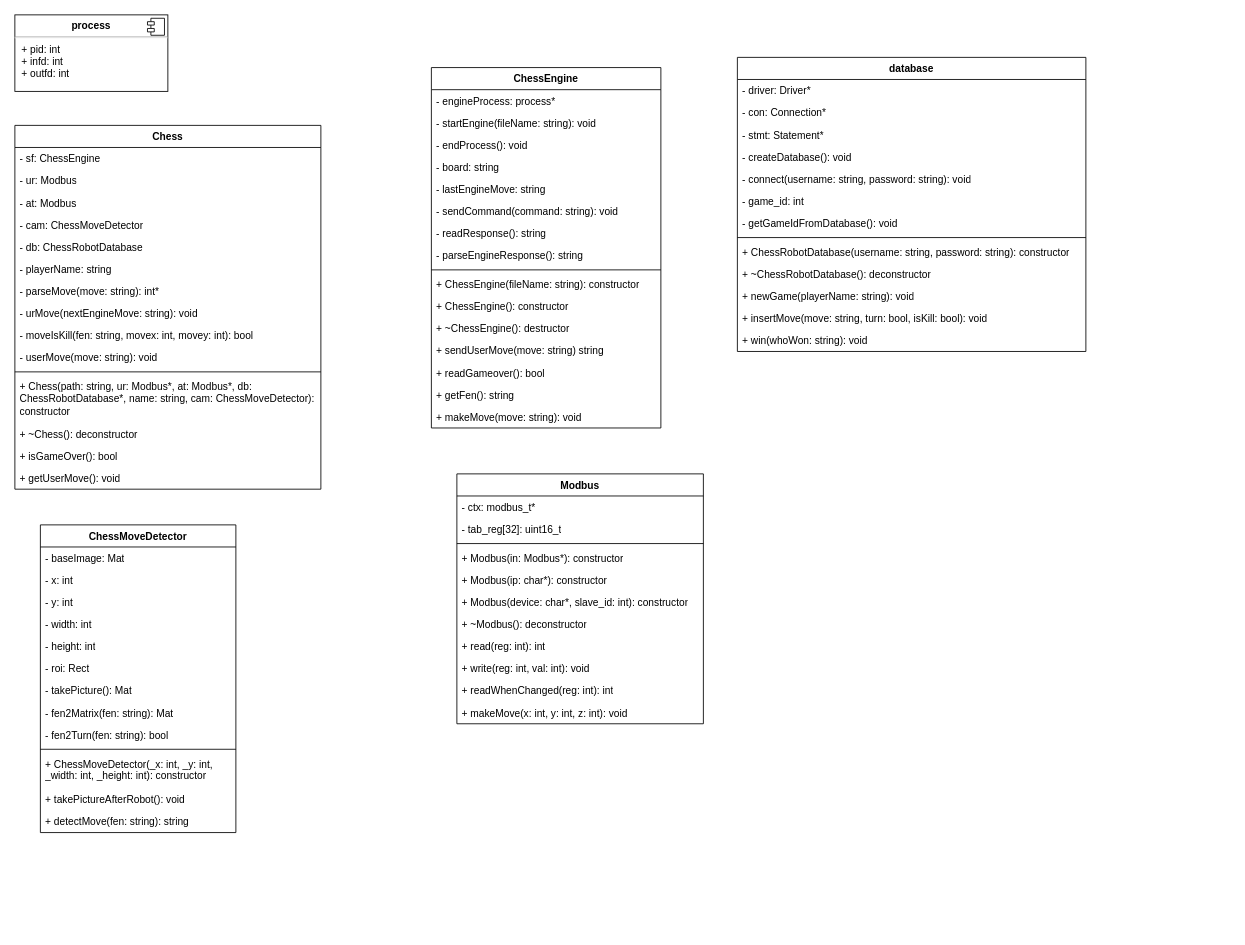
Svndsn/ChessUrRobot keeps this draw.io diagram as classDiagram.drawio. Above is the earlier version. Source tidied: cells renumbered, new cells numbered last; positions are measured from the earlier drawing's top-left corner, leaving out a move shared by most shapes. Both pictures are drawn from the tidied source at 85%, with x=0, y=0 at pixel (14, 14).
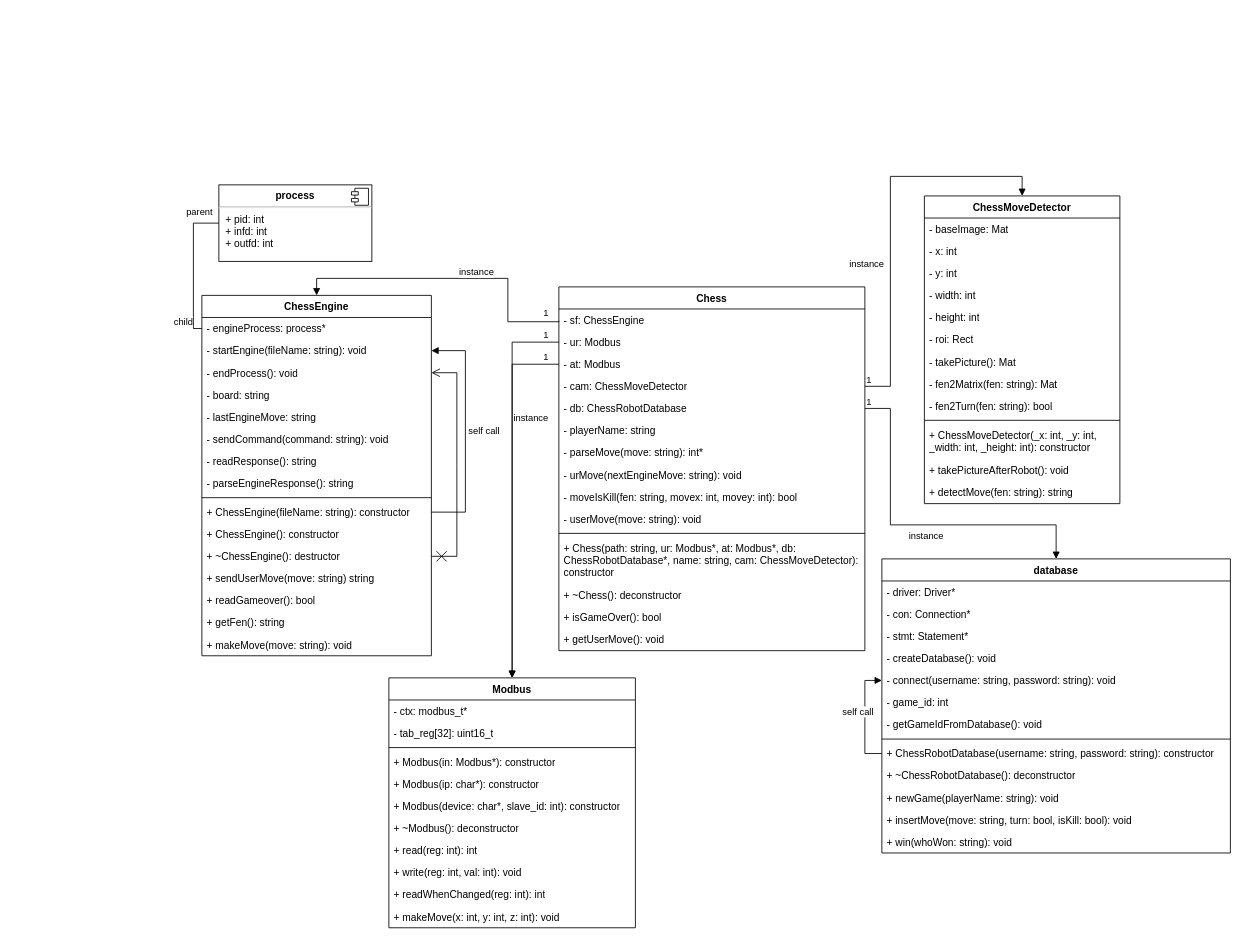
The same diagram, later.

Commit message (it also covers changes not shown here):
classDiagram finished

The change refers to these unchanged cells:
```xml
<mxCell id="4" value="- ur: Modbus" style="text;strokeColor=none;fillColor=none;align=left;verticalAlign=top;spacingLeft=4;spacingRight=4;overflow=hidden;points=[[0,0.5],[1,0.5]];portConstraint=eastwest;whiteSpace=wrap;html=1;" parent="2" vertex="1">
  <mxGeometry y="52" width="360" height="26" as="geometry" />
</mxCell>
<mxCell id="5" value="- at: Modbus" style="text;strokeColor=none;fillColor=none;align=left;verticalAlign=top;spacingLeft=4;spacingRight=4;overflow=hidden;points=[[0,0.5],[1,0.5]];portConstraint=eastwest;whiteSpace=wrap;html=1;" parent="2" vertex="1">
  <mxGeometry y="78" width="360" height="26" as="geometry" />
</mxCell>
<mxCell id="6" value="- cam: ChessMoveDetector" style="text;strokeColor=none;fillColor=none;align=left;verticalAlign=top;spacingLeft=4;spacingRight=4;overflow=hidden;points=[[0,0.5],[1,0.5]];portConstraint=eastwest;whiteSpace=wrap;html=1;" parent="2" vertex="1">
  <mxGeometry y="104" width="360" height="26" as="geometry" />
</mxCell>
<mxCell id="7" value="- db: ChessRobotDatabase" style="text;strokeColor=none;fillColor=none;align=left;verticalAlign=top;spacingLeft=4;spacingRight=4;overflow=hidden;points=[[0,0.5],[1,0.5]];portConstraint=eastwest;whiteSpace=wrap;html=1;" parent="2" vertex="1">
  <mxGeometry y="130" width="360" height="26" as="geometry" />
</mxCell>
<mxCell id="19" value="- engineProcess: process*" style="text;strokeColor=none;fillColor=none;align=left;verticalAlign=top;spacingLeft=4;spacingRight=4;overflow=hidden;points=[[0,0.5],[1,0.5]];portConstraint=eastwest;whiteSpace=wrap;html=1;" parent="18" vertex="1">
  <mxGeometry y="26" width="270" height="26" as="geometry" />
</mxCell>
<mxCell id="20" value="- startEngine(fileName: string): void" style="text;strokeColor=none;fillColor=none;align=left;verticalAlign=top;spacingLeft=4;spacingRight=4;overflow=hidden;points=[[0,0.5],[1,0.5]];portConstraint=eastwest;whiteSpace=wrap;html=1;" parent="18" vertex="1">
  <mxGeometry y="52" width="270" height="26" as="geometry" />
</mxCell>
<mxCell id="21" value="- endProcess(): void" style="text;strokeColor=none;fillColor=none;align=left;verticalAlign=top;spacingLeft=4;spacingRight=4;overflow=hidden;points=[[0,0.5],[1,0.5]];portConstraint=eastwest;whiteSpace=wrap;html=1;" parent="18" vertex="1">
  <mxGeometry y="78" width="270" height="26" as="geometry" />
</mxCell>
<mxCell id="28" value="+ ChessEngine(fileName: string): constructor" style="text;strokeColor=none;fillColor=none;align=left;verticalAlign=top;spacingLeft=4;spacingRight=4;overflow=hidden;points=[[0,0.5],[1,0.5]];portConstraint=eastwest;whiteSpace=wrap;html=1;" parent="18" vertex="1">
  <mxGeometry y="242" width="270" height="26" as="geometry" />
</mxCell>
<mxCell id="30" value="+ ~ChessEngine(): destructor" style="text;strokeColor=none;fillColor=none;align=left;verticalAlign=top;spacingLeft=4;spacingRight=4;overflow=hidden;points=[[0,0.5],[1,0.5]];portConstraint=eastwest;whiteSpace=wrap;html=1;" parent="18" vertex="1">
  <mxGeometry y="294" width="270" height="26" as="geometry" />
</mxCell>
<mxCell id="54" value="- connect(username: string, password: string): void" style="text;strokeColor=none;fillColor=none;align=left;verticalAlign=top;spacingLeft=4;spacingRight=4;overflow=hidden;points=[[0,0.5],[1,0.5]];portConstraint=eastwest;whiteSpace=wrap;html=1;" parent="49" vertex="1">
  <mxGeometry y="130" width="410" height="26" as="geometry" />
</mxCell>
<mxCell id="58" value="+ ChessRobotDatabase(username: string, password: string): constructor" style="text;strokeColor=none;fillColor=none;align=left;verticalAlign=top;spacingLeft=4;spacingRight=4;overflow=hidden;points=[[0,0.5],[1,0.5]];portConstraint=eastwest;whiteSpace=wrap;html=1;" parent="49" vertex="1">
  <mxGeometry y="216" width="410" height="26" as="geometry" />
</mxCell>
```

Change to the diagram source:
```diff
@@
     <mxCell id="2" value="Chess" style="swimlane;fontStyle=1;align=center;verticalAlign=top;horizontal=1;startSize=26;whiteSpace=wrap;html=1;" parent="1" vertex="1">
-      <mxGeometry y="130" width="360" height="428" as="geometry" />
+      <mxGeometry x="640" y="320" width="360" height="428" as="geometry" />
     </mxCell>
@@
+    <mxCell id="77" value="instance" style="endArrow=block;endFill=1;html=1;edgeStyle=orthogonalEdgeStyle;align=left;verticalAlign=top;rounded=0;entryX=0.5;entryY=0;entryDx=0;entryDy=0;" parent="2" edge="1" target="18">
+      <mxGeometry x="-0.04" y="-20" relative="1" as="geometry">
+        <mxPoint y="40" as="sourcePoint" />
+        <Array as="points">
+          <mxPoint x="-60" y="41" />
+          <mxPoint x="-60" y="-10" />
+          <mxPoint x="-285" y="-10" />
+        </Array>
+      </mxGeometry>
+    </mxCell>
+    <mxCell id="78" value="1" style="edgeLabel;html=1;align=left;verticalAlign=bottom;" parent="77" vertex="1">
+      <mxGeometry x="-1" relative="1" as="geometry">
+        <mxPoint x="-20" y="-1" as="offset" />
+      </mxGeometry>
+    </mxCell>
@@
     <mxCell id="18" value="ChessEngine" style="swimlane;fontStyle=1;align=center;verticalAlign=top;horizontal=1;startSize=26;whiteSpace=wrap;html=1;" parent="1" vertex="1">
-      <mxGeometry x="490" y="62" width="270" height="424" as="geometry" />
+      <mxGeometry x="220" y="330" width="270" height="424" as="geometry" />
     </mxCell>
@@
+    <mxCell id="79" style="endArrow=open;startArrow=cross;endFill=0;startFill=0;endSize=8;startSize=10;html=1;rounded=0;exitX=1;exitY=0.5;exitDx=0;exitDy=0;entryX=1;entryY=0.5;entryDx=0;entryDy=0;" parent="18" edge="1" source="30" target="21">
+      <mxGeometry relative="1" as="geometry">
+        <Array as="points">
+          <mxPoint x="300" y="307" />
+          <mxPoint x="300" y="200" />
+          <mxPoint x="300" y="91" />
+        </Array>
+      </mxGeometry>
+    </mxCell>
+    <mxCell id="80" value="self call" style="html=1;align=left;spacingLeft=2;endArrow=block;rounded=0;edgeStyle=orthogonalEdgeStyle;curved=0;rounded=0;entryX=1;entryY=0.5;entryDx=0;entryDy=0;exitX=1;exitY=0.5;exitDx=0;exitDy=0;" parent="18" edge="1" source="28" target="20">
+      <mxGeometry as="geometry">
+        <Array as="points">
+          <mxPoint x="310" y="255" />
+          <mxPoint x="310" y="65" />
+        </Array>
+        <mxPoint x="40" as="offset" />
+      </mxGeometry>
+    </mxCell>
     <mxCell id="35" value="ChessMoveDetector" style="swimlane;fontStyle=1;align=center;verticalAlign=top;horizontal=1;startSize=26;whiteSpace=wrap;html=1;" parent="1" vertex="1">
-      <mxGeometry x="30" y="600" width="230" height="362" as="geometry" />
+      <mxGeometry x="1070" y="213" width="230" height="362" as="geometry" />
     </mxCell>
@@
     <mxCell id="49" value="database" style="swimlane;fontStyle=1;align=center;verticalAlign=top;horizontal=1;startSize=26;whiteSpace=wrap;html=1;" parent="1" vertex="1">
-      <mxGeometry x="850" y="50" width="410" height="346" as="geometry" />
+      <mxGeometry x="1020" y="640" width="410" height="346" as="geometry" />
     </mxCell>
@@
+    <mxCell id="81" value="self call" style="html=1;align=left;spacingLeft=2;endArrow=block;rounded=0;edgeStyle=orthogonalEdgeStyle;curved=0;rounded=0;entryX=0;entryY=0.5;entryDx=0;entryDy=0;" parent="49" edge="1" source="58" target="54">
+      <mxGeometry as="geometry">
+        <Array as="points">
+          <mxPoint x="-20" y="229" />
+          <mxPoint x="-20" y="143" />
+        </Array>
+        <mxPoint x="-50" y="-6" as="offset" />
+      </mxGeometry>
+    </mxCell>
     <mxCell id="63" value="Modbus" style="swimlane;fontStyle=1;align=center;verticalAlign=top;horizontal=1;startSize=26;whiteSpace=wrap;html=1;" parent="1" vertex="1">
-      <mxGeometry x="520" y="540" width="290" height="294" as="geometry" />
+      <mxGeometry x="440" y="780" width="290" height="294" as="geometry" />
     </mxCell>
@@
     <mxCell id="75" value="&lt;p style=&quot;margin:0px;margin-top:6px;text-align:center;&quot;&gt;&lt;b&gt;process&lt;/b&gt;&lt;/p&gt;&lt;hr&gt;&lt;p style=&quot;margin:0px;margin-left:8px;&quot;&gt;+ pid: int&lt;br&gt;+ infd: int&lt;/p&gt;&lt;p style=&quot;margin:0px;margin-left:8px;&quot;&gt;+ outfd: int&lt;br&gt;&lt;/p&gt;" style="align=left;overflow=fill;html=1;whiteSpace=wrap;" parent="1" vertex="1">
-      <mxGeometry width="180" height="90" as="geometry" />
+      <mxGeometry x="240" y="200" width="180" height="90" as="geometry" />
     </mxCell>
@@
+    <mxCell id="82" style="endArrow=none;html=1;edgeStyle=orthogonalEdgeStyle;rounded=0;entryX=0;entryY=0.5;entryDx=0;entryDy=0;" parent="1" edge="1" source="75" target="19">
+      <mxGeometry relative="1" as="geometry">
+        <Array as="points">
+          <mxPoint x="210" y="245" />
+          <mxPoint x="210" y="369" />
+        </Array>
+      </mxGeometry>
+    </mxCell>
+    <mxCell id="83" value="parent" style="edgeLabel;html=1;align=left;verticalAlign=bottom;" parent="82" vertex="1">
+      <mxGeometry x="-1" relative="1" as="geometry">
+        <mxPoint x="-40" y="-5" as="offset" />
+      </mxGeometry>
+    </mxCell>
+    <mxCell id="84" value="child" style="edgeLabel;html=1;align=right;verticalAlign=bottom;" parent="82" vertex="1">
+      <mxGeometry x="1" relative="1" as="geometry">
+        <mxPoint x="-10" as="offset" />
+      </mxGeometry>
+    </mxCell>
+    <mxCell id="85" value="instance" style="endArrow=block;endFill=1;html=1;edgeStyle=orthogonalEdgeStyle;align=left;verticalAlign=top;rounded=0;exitX=0;exitY=0.5;exitDx=0;exitDy=0;entryX=0.5;entryY=0;entryDx=0;entryDy=0;" parent="1" edge="1" source="4" target="63">
+      <mxGeometry x="-0.42" relative="1" as="geometry">
+        <Array as="points">
+          <mxPoint x="585" y="385" />
+        </Array>
+      </mxGeometry>
+    </mxCell>
+    <mxCell id="86" value="1" style="edgeLabel;html=1;align=left;verticalAlign=bottom;" parent="85" vertex="1">
+      <mxGeometry x="-1" relative="1" as="geometry">
+        <mxPoint x="-20" as="offset" />
+      </mxGeometry>
+    </mxCell>
+    <mxCell id="87" style="endArrow=block;endFill=1;html=1;edgeStyle=orthogonalEdgeStyle;align=left;verticalAlign=top;rounded=0;exitX=0;exitY=0.5;exitDx=0;exitDy=0;entryX=0.5;entryY=0;entryDx=0;entryDy=0;" parent="1" edge="1" source="5" target="63">
+      <mxGeometry x="-0.76" y="-20" relative="1" as="geometry">
+        <Array as="points">
+          <mxPoint x="585" y="411" />
+        </Array>
+      </mxGeometry>
+    </mxCell>
+    <mxCell id="88" value="1" style="edgeLabel;html=1;align=left;verticalAlign=bottom;" parent="87" vertex="1">
+      <mxGeometry x="-1" relative="1" as="geometry">
+        <mxPoint x="-20" as="offset" />
+      </mxGeometry>
+    </mxCell>
+    <mxCell id="89" value="instance" style="endArrow=block;endFill=1;html=1;edgeStyle=orthogonalEdgeStyle;align=left;verticalAlign=top;rounded=0;entryX=0.5;entryY=0;entryDx=0;entryDy=0;" parent="1" edge="1" source="6" target="35">
+      <mxGeometry x="-0.18" y="50" relative="1" as="geometry">
+        <Array as="points">
+          <mxPoint x="1030" y="437" />
+          <mxPoint x="1030" y="190" />
+          <mxPoint x="1185" y="190" />
+        </Array>
+      </mxGeometry>
+    </mxCell>
+    <mxCell id="90" value="1" style="edgeLabel;html=1;align=left;verticalAlign=bottom;" parent="89" vertex="1">
+      <mxGeometry x="-1" relative="1" as="geometry" />
+    </mxCell>
+    <mxCell id="91" value="instance" style="endArrow=block;endFill=1;html=1;edgeStyle=orthogonalEdgeStyle;align=left;verticalAlign=top;rounded=0;entryX=0.5;entryY=0;entryDx=0;entryDy=0;exitX=1;exitY=0.5;exitDx=0;exitDy=0;" parent="1" edge="1" source="7" target="49">
+      <mxGeometry x="-0.07" relative="1" as="geometry">
+        <Array as="points">
+          <mxPoint x="1030" y="463" />
+          <mxPoint x="1030" y="600" />
+          <mxPoint x="1225" y="600" />
+        </Array>
+      </mxGeometry>
+    </mxCell>
+    <mxCell id="92" value="1" style="edgeLabel;html=1;align=left;verticalAlign=bottom;" parent="91" vertex="1">
+      <mxGeometry x="-1" relative="1" as="geometry" />
+    </mxCell>
```
